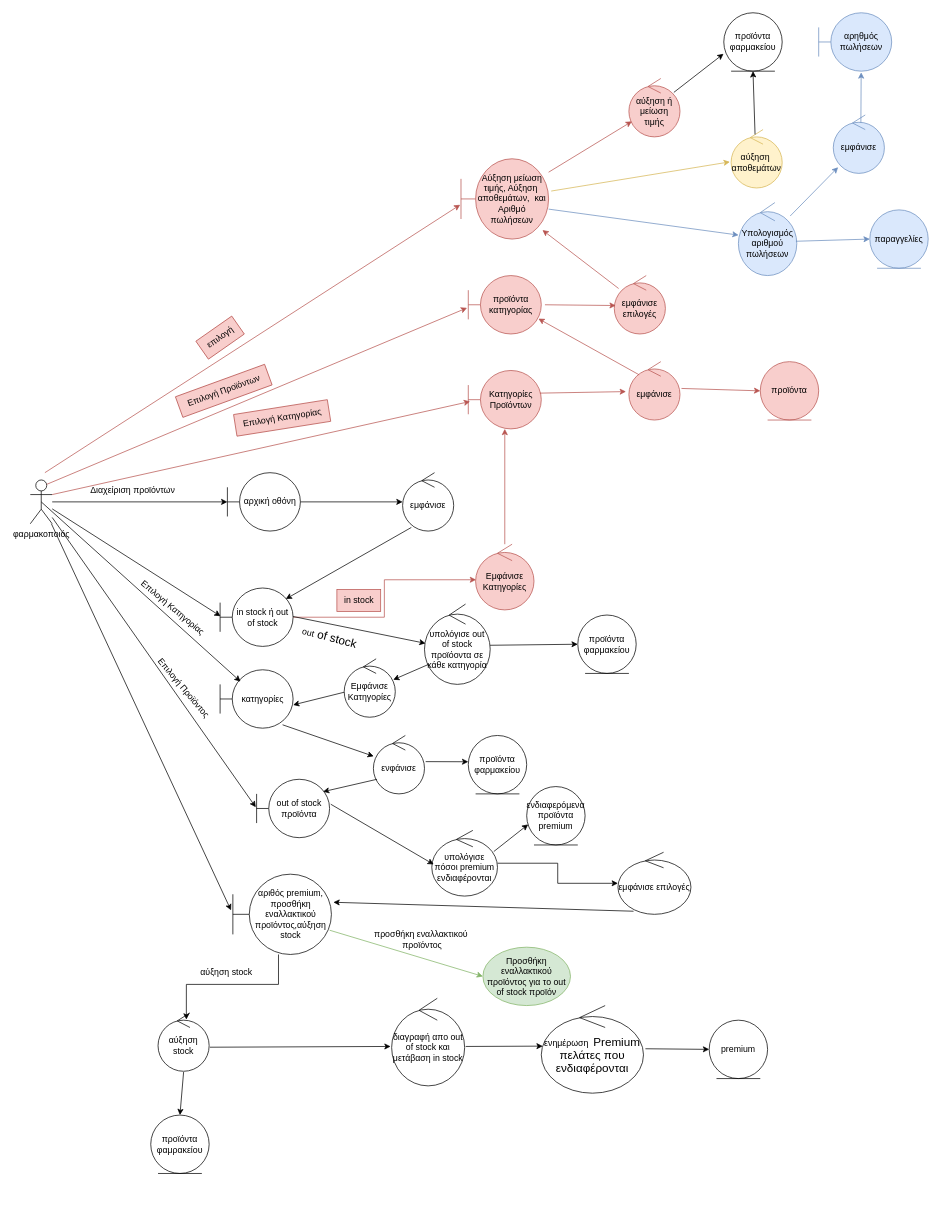
Before: Παραδοτέο_4/robustness/use_case_5.drawio in Galenus-Pharmacy/GalenusPharmacies, a draw.io diagram. Source tidied: cells renumbered, new cells numbered last; positions are measured from the earlier drawing's top-left corner, leaving out a move shared by most shapes. Both pictures are drawn from the tidied source at 73%, with x=0, y=0 at pixel (30, 12).
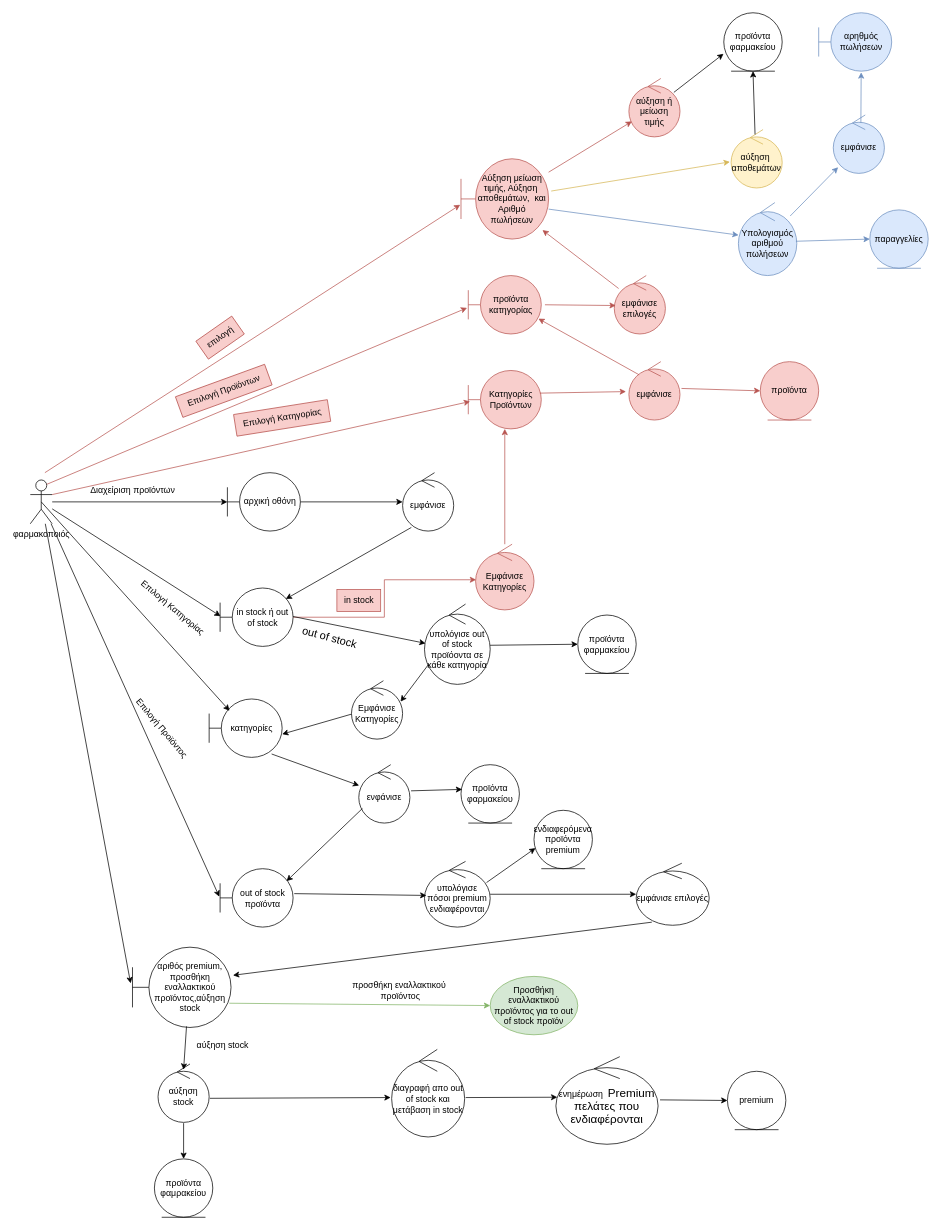
The same diagram, later.

What changed in the source:
```diff
@@
-    <mxCell id="9" value="out&lt;span style=&quot;font-size:12.0pt;line-height:107%;font-family:&lt;br/&gt;&amp;quot;Arial&amp;quot;,sans-serif;mso-fareast-font-family:Calibri;mso-fareast-theme-font:minor-latin;&lt;br/&gt;mso-ansi-language:EL;mso-fareast-language:EN-US;mso-bidi-language:AR-SA&quot;&gt; &lt;/span&gt;&lt;span style=&quot;font-size:12.0pt;line-height:107%;font-family:&amp;quot;Arial&amp;quot;,sans-serif;&lt;br/&gt;mso-fareast-font-family:Calibri;mso-fareast-theme-font:minor-latin;mso-ansi-language:&lt;br/&gt;EN-US;mso-fareast-language:EN-US;mso-bidi-language:AR-SA&quot;&gt;of&lt;/span&gt;&lt;span style=&quot;font-size:12.0pt;line-height:107%;font-family:&amp;quot;Arial&amp;quot;,sans-serif;&lt;br/&gt;mso-fareast-font-family:Calibri;mso-fareast-theme-font:minor-latin;mso-ansi-language:&lt;br/&gt;EL;mso-fareast-language:EN-US;mso-bidi-language:AR-SA&quot;&gt; &lt;/span&gt;&lt;span style=&quot;font-size:12.0pt;line-height:107%;font-family:&amp;quot;Arial&amp;quot;,sans-serif;&lt;br/&gt;mso-fareast-font-family:Calibri;mso-fareast-theme-font:minor-latin;mso-ansi-language:&lt;br/&gt;EN-US;mso-fareast-language:EN-US;mso-bidi-language:AR-SA&quot;&gt;stock&lt;/span&gt;" style="text;html=1;align=center;verticalAlign=middle;strokeColor=none;fillColor=none;rotation=15;" parent="1" vertex="1">
-      <mxGeometry x="370" y="840" width="80" height="30" as="geometry" />
+    <mxCell id="9" value="&lt;font style=&quot;font-size: 15px;&quot;&gt;out&lt;span style=&quot;line-height: 107%;&quot;&gt; &lt;/span&gt;&lt;span style=&quot;line-height: 107%; font-family: Arial, sans-serif;&quot;&gt;of&lt;/span&gt;&lt;span style=&quot;line-height: 107%; font-family: Arial, sans-serif;&quot;&gt; &lt;/span&gt;&lt;span style=&quot;line-height: 107%; font-family: Arial, sans-serif;&quot;&gt;stock&lt;/span&gt;&lt;/font&gt;" style="text;html=1;align=center;verticalAlign=middle;strokeColor=none;fillColor=none;rotation=15;" parent="1" vertex="1">
+      <mxGeometry x="360" y="840" width="100" height="30" as="geometry" />
     </mxCell>
     <mxCell id="10" value="ενφάνισε" style="ellipse;shape=umlControl;whiteSpace=wrap;html=1;" parent="1" vertex="1">
-      <mxGeometry x="470" y="990" width="70" height="80" as="geometry" />
+      <mxGeometry x="450" y="1030" width="70" height="80" as="geometry" />
     </mxCell>
@@
     <mxCell id="12" value="out of stock προϊόντα" style="shape=umlBoundary;whiteSpace=wrap;html=1;" parent="1" vertex="1">
-      <mxGeometry x="310" y="1050" width="100" height="80" as="geometry" />
+      <mxGeometry x="260" y="1172.5" width="100" height="80" as="geometry" />
     </mxCell>
@@
     <mxCell id="16" value="υπολόγισε πόσοι premium ενδιαφέρονται" style="ellipse;shape=umlControl;whiteSpace=wrap;html=1;" parent="1" vertex="1">
-      <mxGeometry x="550" y="1120" width="90" height="90" as="geometry" />
+      <mxGeometry x="540" y="1162.5" width="90" height="90" as="geometry" />
     </mxCell>
     <mxCell id="17" value="εμφάνισε επιλογές" style="ellipse;shape=umlControl;whiteSpace=wrap;html=1;" parent="1" vertex="1">
-      <mxGeometry x="805" y="1150" width="100" height="85" as="geometry" />
+      <mxGeometry x="830" y="1165" width="100" height="85" as="geometry" />
     </mxCell>
-    <mxCell id="18" style="edgeStyle=orthogonalEdgeStyle;rounded=0;jettySize=auto;html=1;entryX=0.554;entryY=0.115;entryDx=0;entryDy=0;entryPerimeter=0;" parent="1" edge="1" source="19" target="22">
-      <mxGeometry relative="1" as="geometry">
-        <Array as="points">
-          <mxPoint x="340" y="1331" />
-          <mxPoint x="214" y="1331" />
-        </Array>
-      </mxGeometry>
-    </mxCell>
     <mxCell id="19" value="αριθός premium, προσθήκη εναλλακτικού προϊόντος,αύξηση stock" style="shape=umlBoundary;whiteSpace=wrap;html=1;" parent="1" vertex="1">
-      <mxGeometry x="277.5" y="1180" width="135" height="110" as="geometry" />
+      <mxGeometry x="140" y="1280" width="135" height="110" as="geometry" />
     </mxCell>
@@
     <mxCell id="21" value="αύξηση stock&amp;nbsp;" style="text;html=1;align=center;verticalAlign=middle;strokeColor=none;fillColor=none;" parent="1" vertex="1">
-      <mxGeometry x="220" y="1300" width="100" height="30" as="geometry" />
+      <mxGeometry x="215" y="1400" width="100" height="30" as="geometry" />
     </mxCell>
     <mxCell id="22" value="αύξηση stock" style="ellipse;shape=umlControl;whiteSpace=wrap;html=1;" parent="1" vertex="1">
-      <mxGeometry x="175" y="1370" width="70" height="80" as="geometry" />
+      <mxGeometry x="175" y="1440" width="70" height="80" as="geometry" />
     </mxCell>
     <mxCell id="23" value="προϊόντα φαμρακείου" style="ellipse;shape=umlEntity;whiteSpace=wrap;html=1;" parent="1" vertex="1">
-      <mxGeometry x="165" y="1510" width="80" height="80" as="geometry" />
+      <mxGeometry x="170" y="1570" width="80" height="80" as="geometry" />
     </mxCell>
@@
     <mxCell id="25" value="διαγραφή απο out of stock και μετάβαση in stock" style="ellipse;shape=umlControl;whiteSpace=wrap;html=1;" parent="1" vertex="1">
-      <mxGeometry x="495" y="1350" width="100" height="120" as="geometry" />
+      <mxGeometry x="495" y="1420" width="100" height="120" as="geometry" />
     </mxCell>
@@
     <mxCell id="27" value="ενημέρωση&amp;nbsp;&amp;nbsp;&lt;span style=&quot;font-size:12.0pt;line-height:107%;&lt;br/&gt;font-family:&amp;quot;Arial&amp;quot;,sans-serif;mso-fareast-font-family:Calibri;mso-fareast-theme-font:&lt;br/&gt;minor-latin;mso-ansi-language:EN-US;mso-fareast-language:EN-US;mso-bidi-language:&lt;br/&gt;AR-SA&quot;&gt;Premium&lt;/span&gt;&lt;span style=&quot;font-size:12.0pt;line-height:107%;font-family:&lt;br/&gt;&amp;quot;Arial&amp;quot;,sans-serif;mso-fareast-font-family:Calibri;mso-fareast-theme-font:minor-latin;&lt;br/&gt;mso-ansi-language:EL;mso-fareast-language:EN-US;mso-bidi-language:AR-SA&quot;&gt; &lt;span lang=&quot;EL&quot;&gt;πελάτες που ενδιαφέρονται&lt;/span&gt;&lt;/span&gt;" style="ellipse;shape=umlControl;whiteSpace=wrap;html=1;" parent="1" vertex="1">
-      <mxGeometry x="700" y="1360" width="140" height="120" as="geometry" />
+      <mxGeometry x="720" y="1430" width="140" height="120" as="geometry" />
     </mxCell>
@@
     <mxCell id="57" value="Επιλογή Προϊόντος" style="text;html=1;align=center;verticalAlign=middle;strokeColor=none;fillColor=none;rotation=50;" parent="1" vertex="1">
-      <mxGeometry x="145" y="910" width="130" height="30" as="geometry" />
+      <mxGeometry x="115" y="965" width="130" height="30" as="geometry" />
     </mxCell>
@@
     <mxCell id="66" value="&lt;font style=&quot;font-size: 12px;&quot;&gt;Προσθήκη εναλλακτικού προϊόντος για το &lt;span style=&quot;line-height: 107%; font-family: Arial, sans-serif;&quot; lang=&quot;EN-US&quot;&gt;out&lt;/span&gt;&lt;span style=&quot;line-height: 107%; font-family: Arial, sans-serif;&quot; lang=&quot;EN-US&quot;&gt; &lt;/span&gt;&lt;span style=&quot;line-height: 107%; font-family: Arial, sans-serif;&quot; lang=&quot;EN-US&quot;&gt;of&lt;/span&gt;&lt;span style=&quot;line-height: 107%; font-family: Arial, sans-serif;&quot; lang=&quot;EN-US&quot;&gt; &lt;/span&gt;&lt;span style=&quot;line-height: 107%; font-family: Arial, sans-serif;&quot; lang=&quot;EN-US&quot;&gt;stock&lt;/span&gt;&lt;span style=&quot;line-height: 107%; font-family: Arial, sans-serif;&quot;&gt; προϊόν&lt;/span&gt;&lt;/font&gt;" style="ellipse;whiteSpace=wrap;html=1;fillColor=#d5e8d4;strokeColor=#82b366;" parent="1" vertex="1">
-      <mxGeometry x="620" y="1280" width="120" height="80" as="geometry" />
+      <mxGeometry x="630" y="1320" width="120" height="80" as="geometry" />
     </mxCell>
@@
     <mxCell id="68" value="προσθήκη εναλλακτικού&lt;br&gt;&amp;nbsp;προϊόντος" style="text;html=1;align=center;verticalAlign=middle;strokeColor=none;fillColor=none;" parent="1" vertex="1">
-      <mxGeometry x="460" y="1250" width="150" height="40" as="geometry" />
+      <mxGeometry x="430" y="1320" width="150" height="40" as="geometry" />
     </mxCell>
     <mxCell id="69" value="Εμφάνισε Κατηγορίες" style="ellipse;shape=umlControl;whiteSpace=wrap;html=1;" parent="1" vertex="1">
-      <mxGeometry x="430" y="885" width="70" height="80" as="geometry" />
+      <mxGeometry x="440" y="915" width="70" height="80" as="geometry" />
     </mxCell>
@@
     <mxCell id="73" value="κατηγορίες" style="shape=umlBoundary;whiteSpace=wrap;html=1;" parent="1" vertex="1">
-      <mxGeometry x="260" y="900" width="100" height="80" as="geometry" />
+      <mxGeometry x="245" y="940" width="100" height="80" as="geometry" />
     </mxCell>
@@
     <mxCell id="77" value="προϊόντα&lt;br&gt;φαρμακείου" style="ellipse;shape=umlEntity;whiteSpace=wrap;html=1;" parent="1" vertex="1">
-      <mxGeometry x="600" y="990" width="80" height="80" as="geometry" />
+      <mxGeometry x="590" y="1030" width="80" height="80" as="geometry" />
     </mxCell>
-    <mxCell id="78" style="endArrow=classic;html=1;rounded=0;exitX=1.023;exitY=0.448;exitDx=0;exitDy=0;exitPerimeter=0;" parent="1" edge="1" source="10">
-      <mxGeometry relative="1" as="geometry">
-        <mxPoint x="600" y="1026" as="targetPoint" />
-      </mxGeometry>
+    <mxCell id="78" style="endArrow=classic;html=1;rounded=0;exitX=1.023;exitY=0.448;exitDx=0;exitDy=0;exitPerimeter=0;entryX=0.02;entryY=0.423;entryDx=0;entryDy=0;entryPerimeter=0;" parent="1" edge="1" source="10" target="77">
+      <mxGeometry relative="1" as="geometry" />
     </mxCell>
     <mxCell id="79" value="ενδιαφερόμενα προϊόντα&lt;br style=&quot;border-color: var(--border-color);&quot;&gt;&lt;span style=&quot;&quot;&gt;premium&lt;/span&gt;" style="ellipse;shape=umlEntity;whiteSpace=wrap;html=1;" parent="1" vertex="1">
-      <mxGeometry x="680" y="1060" width="80" height="80" as="geometry" />
+      <mxGeometry x="690" y="1092.5" width="80" height="80" as="geometry" />
     </mxCell>
@@
     <mxCell id="87" value="premium" style="ellipse;shape=umlEntity;whiteSpace=wrap;html=1;" parent="1" vertex="1">
-      <mxGeometry x="930" y="1380" width="80" height="80" as="geometry" />
+      <mxGeometry x="955" y="1450" width="80" height="80" as="geometry" />
     </mxCell>
@@
+    <mxCell id="18" style="endArrow=classic;html=1;rounded=0;exitX=0.548;exitY=0.987;exitDx=0;exitDy=0;exitPerimeter=0;entryX=0.5;entryY=0.097;entryDx=0;entryDy=0;entryPerimeter=0;" parent="1" edge="1" source="19" target="22">
+      <mxGeometry relative="1" as="geometry" />
+    </mxCell>
```
